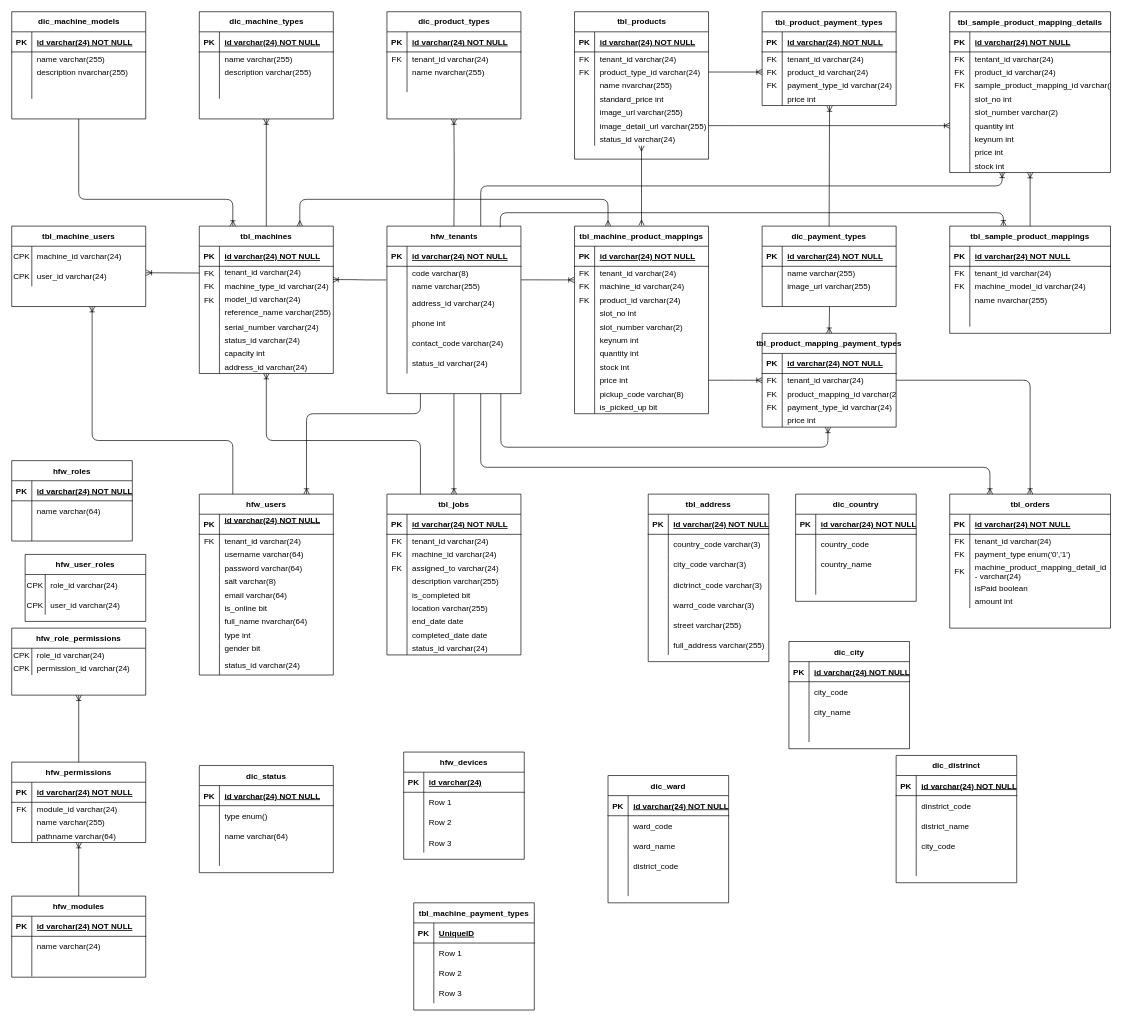
The draw.io diagram page "Overall" (1 of 6) of Untitled Diagram.drawio in wardus3105/alphatest, before the edit. Source tidied: cells renumbered, new cells numbered last; positions are measured from the earlier drawing's top-left corner, leaving out a move shared by most shapes. Both pictures are drawn from the tidied source at 67%, with x=0, y=0 at pixel (11, 11).
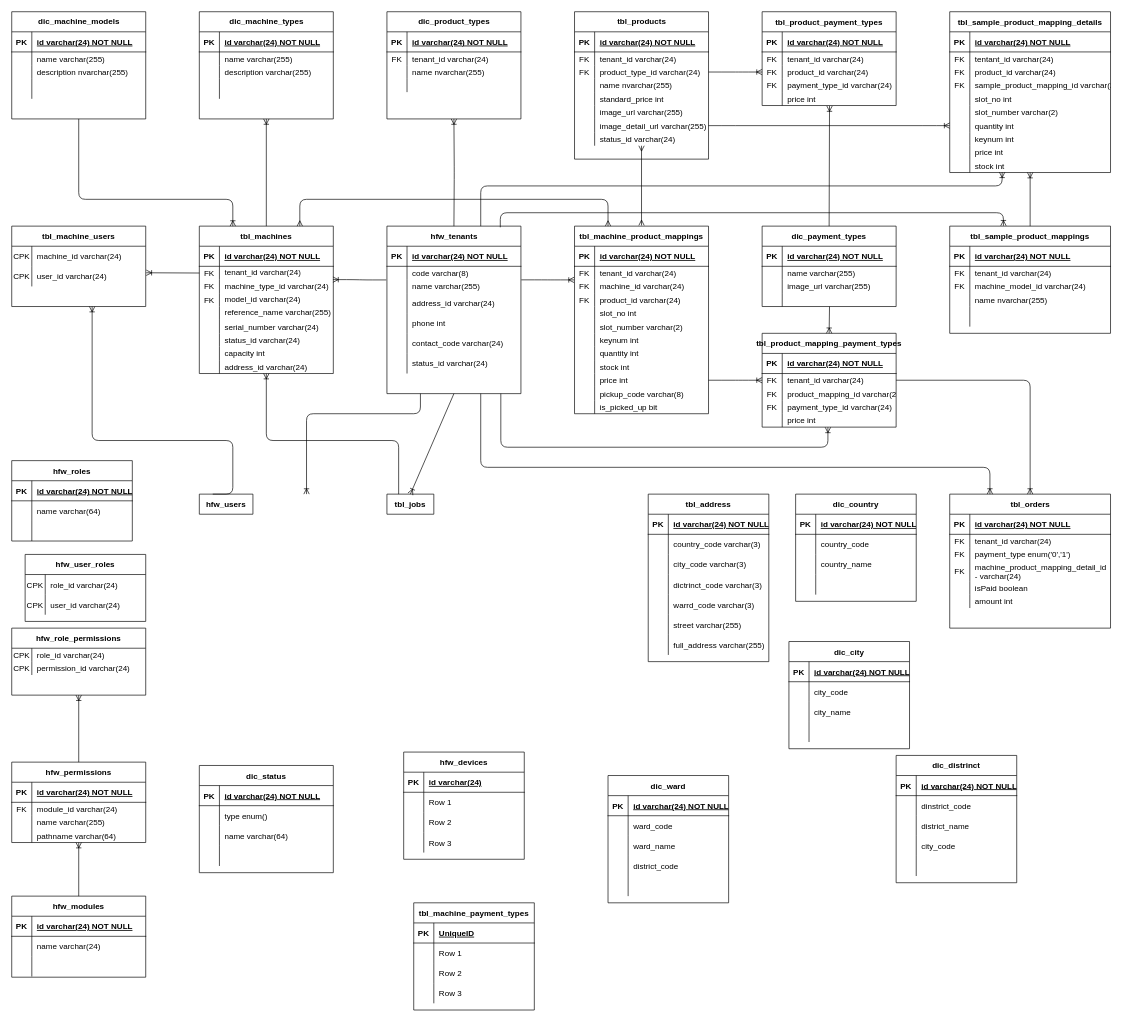
After the change.

What changed in the source:
```diff
@@
-    <mxCell id="231" value="hfw_users" style="shape=table;startSize=30;childLayout=tableLayout;rowLines=0;fontStyle=1;align=center;fillColor=none;" parent="1" vertex="1">
-      <mxGeometry x="280" y="720" width="200" height="270" as="geometry" />
+    <mxCell id="231" value="hfw_users" style="shape=table;startSize=30;childLayout=tableLayout;rowLines=0;fontStyle=1;align=center;fillColor=none;" parent="1" vertex="1" collapsed="1">
+      <mxGeometry x="280" y="720" width="80" height="30" as="geometry" />
     </mxCell>
-    <mxCell id="232" style="shape=partialRectangle;fillColor=none;top=0;left=0;bottom=1;right=0;" parent="231" vertex="1">
-      <mxGeometry y="30" width="200" height="30" as="geometry" />
-    </mxCell>
-    <mxCell id="233" value="PK" style="shape=partialRectangle;fillColor=none;top=0;left=0;bottom=0;right=0;fontStyle=1;overflow=hidden;" parent="232" vertex="1">
-      <mxGeometry width="30" height="30" as="geometry" />
-    </mxCell>
-    <mxCell id="234" value="id varchar(24) NOT NULL&#10;" style="shape=partialRectangle;fillColor=none;top=0;left=0;bottom=0;right=0;align=left;spacingLeft=6;fontStyle=5;overflow=hidden;" parent="232" vertex="1">
-      <mxGeometry x="30" width="170" height="30" as="geometry" />
-    </mxCell>
-    <mxCell id="235" style="shape=partialRectangle;fillColor=none;top=0;left=0;bottom=0;right=0;" parent="231" vertex="1">
-      <mxGeometry y="60" width="200" height="20" as="geometry" />
-    </mxCell>
-    <mxCell id="236" value="FK" style="shape=partialRectangle;fillColor=none;top=0;left=0;bottom=0;right=0;overflow=hidden;" parent="235" vertex="1">
-      <mxGeometry width="30" height="20" as="geometry" />
-    </mxCell>
-    <mxCell id="237" value="tenant_id varchar(24)" style="shape=partialRectangle;fillColor=none;top=0;left=0;bottom=0;right=0;align=left;spacingLeft=6;overflow=hidden;" parent="235" vertex="1">
-      <mxGeometry x="30" width="170" height="20" as="geometry" />
-    </mxCell>
-    <mxCell id="238" style="shape=partialRectangle;fillColor=none;top=0;left=0;bottom=0;right=0;" parent="231" vertex="1">
-      <mxGeometry y="80" width="200" height="20" as="geometry" />
-    </mxCell>
-    <mxCell id="239" style="shape=partialRectangle;fillColor=none;top=0;left=0;bottom=0;right=0;overflow=hidden;" parent="238" vertex="1">
-      <mxGeometry width="30" height="20" as="geometry" />
-    </mxCell>
-    <mxCell id="240" value="username varchar(64)" style="shape=partialRectangle;fillColor=none;top=0;left=0;bottom=0;right=0;align=left;spacingLeft=6;overflow=hidden;" parent="238" vertex="1">
-      <mxGeometry x="30" width="170" height="20" as="geometry" />
-    </mxCell>
-    <mxCell id="241" style="shape=partialRectangle;fillColor=none;top=0;left=0;bottom=0;right=0;" parent="231" vertex="1">
-      <mxGeometry y="100" width="200" height="20" as="geometry" />
-    </mxCell>
-    <mxCell id="242" style="shape=partialRectangle;fillColor=none;top=0;left=0;bottom=0;right=0;overflow=hidden;" parent="241" vertex="1">
-      <mxGeometry width="30" height="20" as="geometry" />
-    </mxCell>
-    <mxCell id="243" value="password varchar(64)" style="shape=partialRectangle;fillColor=none;top=0;left=0;bottom=0;right=0;align=left;spacingLeft=6;overflow=hidden;" parent="241" vertex="1">
-      <mxGeometry x="30" width="170" height="20" as="geometry" />
-    </mxCell>
-    <mxCell id="244" style="shape=partialRectangle;fillColor=none;top=0;left=0;bottom=0;right=0;" parent="231" vertex="1">
-      <mxGeometry y="120" width="200" height="20" as="geometry" />
-    </mxCell>
-    <mxCell id="245" style="shape=partialRectangle;fillColor=none;top=0;left=0;bottom=0;right=0;overflow=hidden;" parent="244" vertex="1">
-      <mxGeometry width="30" height="20" as="geometry" />
-    </mxCell>
-    <mxCell id="246" value="salt varchar(8)" style="shape=partialRectangle;fillColor=none;top=0;left=0;bottom=0;right=0;align=left;spacingLeft=6;overflow=hidden;" parent="244" vertex="1">
-      <mxGeometry x="30" width="170" height="20" as="geometry" />
-    </mxCell>
-    <mxCell id="247" style="shape=partialRectangle;fillColor=none;top=0;left=0;bottom=0;right=0;" parent="231" vertex="1">
-      <mxGeometry y="140" width="200" height="20" as="geometry" />
-    </mxCell>
-    <mxCell id="248" style="shape=partialRectangle;fillColor=none;top=0;left=0;bottom=0;right=0;overflow=hidden;" parent="247" vertex="1">
-      <mxGeometry width="30" height="20" as="geometry" />
-    </mxCell>
-    <mxCell id="249" value="email varchar(64)" style="shape=partialRectangle;fillColor=none;top=0;left=0;bottom=0;right=0;align=left;spacingLeft=6;overflow=hidden;" parent="247" vertex="1">
-      <mxGeometry x="30" width="170" height="20" as="geometry" />
-    </mxCell>
-    <mxCell id="250" style="shape=partialRectangle;fillColor=none;top=0;left=0;bottom=0;right=0;" parent="231" vertex="1">
-      <mxGeometry y="160" width="200" height="20" as="geometry" />
-    </mxCell>
-    <mxCell id="251" style="shape=partialRectangle;fillColor=none;top=0;left=0;bottom=0;right=0;overflow=hidden;" parent="250" vertex="1">
-      <mxGeometry width="30" height="20" as="geometry" />
-    </mxCell>
-    <mxCell id="252" value="is_online bit" style="shape=partialRectangle;fillColor=none;top=0;left=0;bottom=0;right=0;align=left;spacingLeft=6;overflow=hidden;" parent="250" vertex="1">
-      <mxGeometry x="30" width="170" height="20" as="geometry" />
-    </mxCell>
-    <mxCell id="253" style="shape=partialRectangle;fillColor=none;top=0;left=0;bottom=0;right=0;" parent="231" vertex="1">
-      <mxGeometry y="180" width="200" height="20" as="geometry" />
-    </mxCell>
-    <mxCell id="254" style="shape=partialRectangle;fillColor=none;top=0;left=0;bottom=0;right=0;overflow=hidden;" parent="253" vertex="1">
-      <mxGeometry width="30" height="20" as="geometry" />
-    </mxCell>
-    <mxCell id="255" value="full_name nvarchar(64)" style="shape=partialRectangle;fillColor=none;top=0;left=0;bottom=0;right=0;align=left;spacingLeft=6;overflow=hidden;" parent="253" vertex="1">
-      <mxGeometry x="30" width="170" height="20" as="geometry" />
-    </mxCell>
-    <mxCell id="256" style="shape=partialRectangle;fillColor=none;top=0;left=0;bottom=0;right=0;" parent="231" vertex="1">
-      <mxGeometry y="200" width="200" height="20" as="geometry" />
-    </mxCell>
-    <mxCell id="257" style="shape=partialRectangle;fillColor=none;top=0;left=0;bottom=0;right=0;overflow=hidden;" parent="256" vertex="1">
-      <mxGeometry width="30" height="20" as="geometry" />
-    </mxCell>
-    <mxCell id="258" value="type int" style="shape=partialRectangle;fillColor=none;top=0;left=0;bottom=0;right=0;align=left;spacingLeft=6;overflow=hidden;" parent="256" vertex="1">
-      <mxGeometry x="30" width="170" height="20" as="geometry" />
-    </mxCell>
-    <mxCell id="259" style="shape=partialRectangle;fillColor=none;top=0;left=0;bottom=0;right=0;" parent="231" vertex="1">
-      <mxGeometry y="220" width="200" height="20" as="geometry" />
-    </mxCell>
-    <mxCell id="260" style="shape=partialRectangle;fillColor=none;top=0;left=0;bottom=0;right=0;overflow=hidden;" parent="259" vertex="1">
-      <mxGeometry width="30" height="20" as="geometry" />
-    </mxCell>
-    <mxCell id="261" value="gender bit" style="shape=partialRectangle;fillColor=none;top=0;left=0;bottom=0;right=0;align=left;spacingLeft=6;overflow=hidden;" parent="259" vertex="1">
-      <mxGeometry x="30" width="170" height="20" as="geometry" />
-    </mxCell>
-    <mxCell id="262" style="shape=partialRectangle;fillColor=none;top=0;left=0;bottom=0;right=0;" parent="231" vertex="1">
-      <mxGeometry y="240" width="200" height="30" as="geometry" />
-    </mxCell>
-    <mxCell id="263" style="shape=partialRectangle;fillColor=none;top=0;left=0;bottom=0;right=0;overflow=hidden;" parent="262" vertex="1">
-      <mxGeometry width="30" height="30" as="geometry" />
-    </mxCell>
-    <mxCell id="264" value="status_id varchar(24)" style="shape=partialRectangle;fillColor=none;top=0;left=0;bottom=0;right=0;align=left;spacingLeft=6;overflow=hidden;" parent="262" vertex="1">
-      <mxGeometry x="30" width="170" height="30" as="geometry" />
-    </mxCell>
@@
-    <mxCell id="339" value="tbl_jobs" style="shape=table;startSize=30;childLayout=tableLayout;rowLines=0;fontStyle=1;align=center;" parent="1" vertex="1">
-      <mxGeometry x="560" y="720" width="200" height="240" as="geometry" />
+    <mxCell id="339" value="tbl_jobs" style="shape=table;startSize=30;childLayout=tableLayout;rowLines=0;fontStyle=1;align=center;" parent="1" vertex="1" collapsed="1">
+      <mxGeometry x="560" y="720" width="70" height="30" as="geometry" />
     </mxCell>
-    <mxCell id="340" style="shape=partialRectangle;fillColor=none;top=0;left=0;bottom=1;right=0;" parent="339" vertex="1">
-      <mxGeometry y="30" width="200" height="30" as="geometry" />
-    </mxCell>
-    <mxCell id="341" value="PK" style="shape=partialRectangle;fillColor=none;top=0;left=0;bottom=0;right=0;fontStyle=1;overflow=hidden;" parent="340" vertex="1">
-      <mxGeometry width="30" height="30" as="geometry" />
-    </mxCell>
-    <mxCell id="342" value="id varchar(24) NOT NULL" style="shape=partialRectangle;fillColor=none;top=0;left=0;bottom=0;right=0;align=left;spacingLeft=6;fontStyle=5;overflow=hidden;" parent="340" vertex="1">
-      <mxGeometry x="30" width="170" height="30" as="geometry" />
-    </mxCell>
-    <mxCell id="343" style="shape=partialRectangle;fillColor=none;top=0;left=0;bottom=0;right=0;" parent="339" vertex="1">
-      <mxGeometry y="60" width="200" height="20" as="geometry" />
-    </mxCell>
-    <mxCell id="344" value="FK" style="shape=partialRectangle;fillColor=none;top=0;left=0;bottom=0;right=0;overflow=hidden;" parent="343" vertex="1">
-      <mxGeometry width="30" height="20" as="geometry" />
-    </mxCell>
-    <mxCell id="345" value="tenant_id varchar(24)" style="shape=partialRectangle;fillColor=none;top=0;left=0;bottom=0;right=0;align=left;spacingLeft=6;overflow=hidden;" parent="343" vertex="1">
-      <mxGeometry x="30" width="170" height="20" as="geometry" />
-    </mxCell>
-    <mxCell id="346" style="shape=partialRectangle;fillColor=none;top=0;left=0;bottom=0;right=0;" parent="339" vertex="1">
-      <mxGeometry y="80" width="200" height="20" as="geometry" />
-    </mxCell>
-    <mxCell id="347" value="FK" style="shape=partialRectangle;fillColor=none;top=0;left=0;bottom=0;right=0;overflow=hidden;" parent="346" vertex="1">
-      <mxGeometry width="30" height="20" as="geometry" />
-    </mxCell>
-    <mxCell id="348" value="machine_id varchar(24)" style="shape=partialRectangle;fillColor=none;top=0;left=0;bottom=0;right=0;align=left;spacingLeft=6;overflow=hidden;" parent="346" vertex="1">
-      <mxGeometry x="30" width="170" height="20" as="geometry" />
-    </mxCell>
-    <mxCell id="349" style="shape=partialRectangle;fillColor=none;top=0;left=0;bottom=0;right=0;" parent="339" vertex="1">
-      <mxGeometry y="100" width="200" height="20" as="geometry" />
-    </mxCell>
-    <mxCell id="350" value="FK" style="shape=partialRectangle;fillColor=none;top=0;left=0;bottom=0;right=0;overflow=hidden;" parent="349" vertex="1">
-      <mxGeometry width="30" height="20" as="geometry" />
-    </mxCell>
-    <mxCell id="351" value="assigned_to varchar(24)" style="shape=partialRectangle;fillColor=none;top=0;left=0;bottom=0;right=0;align=left;spacingLeft=6;overflow=hidden;" parent="349" vertex="1">
-      <mxGeometry x="30" width="170" height="20" as="geometry" />
-    </mxCell>
-    <mxCell id="352" style="shape=partialRectangle;fillColor=none;top=0;left=0;bottom=0;right=0;" parent="339" vertex="1">
-      <mxGeometry y="120" width="200" height="20" as="geometry" />
-    </mxCell>
-    <mxCell id="353" style="shape=partialRectangle;fillColor=none;top=0;left=0;bottom=0;right=0;overflow=hidden;" parent="352" vertex="1">
-      <mxGeometry width="30" height="20" as="geometry" />
-    </mxCell>
-    <mxCell id="354" value="description varchar(255)" style="shape=partialRectangle;fillColor=none;top=0;left=0;bottom=0;right=0;align=left;spacingLeft=6;overflow=hidden;" parent="352" vertex="1">
-      <mxGeometry x="30" width="170" height="20" as="geometry" />
-    </mxCell>
-    <mxCell id="355" style="shape=partialRectangle;fillColor=none;top=0;left=0;bottom=0;right=0;" parent="339" vertex="1">
-      <mxGeometry y="140" width="200" height="20" as="geometry" />
-    </mxCell>
-    <mxCell id="356" style="shape=partialRectangle;fillColor=none;top=0;left=0;bottom=0;right=0;overflow=hidden;" parent="355" vertex="1">
-      <mxGeometry width="30" height="20" as="geometry" />
-    </mxCell>
-    <mxCell id="357" value="is_completed bit" style="shape=partialRectangle;fillColor=none;top=0;left=0;bottom=0;right=0;align=left;spacingLeft=6;overflow=hidden;" parent="355" vertex="1">
-      <mxGeometry x="30" width="170" height="20" as="geometry" />
-    </mxCell>
-    <mxCell id="358" style="shape=partialRectangle;fillColor=none;top=0;left=0;bottom=0;right=0;" parent="339" vertex="1">
-      <mxGeometry y="160" width="200" height="20" as="geometry" />
-    </mxCell>
-    <mxCell id="359" style="shape=partialRectangle;fillColor=none;top=0;left=0;bottom=0;right=0;overflow=hidden;" parent="358" vertex="1">
-      <mxGeometry width="30" height="20" as="geometry" />
-    </mxCell>
-    <mxCell id="360" value="location varchar(255)" style="shape=partialRectangle;fillColor=none;top=0;left=0;bottom=0;right=0;align=left;spacingLeft=6;overflow=hidden;" parent="358" vertex="1">
-      <mxGeometry x="30" width="170" height="20" as="geometry" />
-    </mxCell>
-    <mxCell id="361" style="shape=partialRectangle;fillColor=none;top=0;left=0;bottom=0;right=0;" parent="339" vertex="1">
-      <mxGeometry y="180" width="200" height="20" as="geometry" />
-    </mxCell>
-    <mxCell id="362" style="shape=partialRectangle;fillColor=none;top=0;left=0;bottom=0;right=0;overflow=hidden;" parent="361" vertex="1">
-      <mxGeometry width="30" height="20" as="geometry" />
-    </mxCell>
-    <mxCell id="363" value="end_date date" style="shape=partialRectangle;fillColor=none;top=0;left=0;bottom=0;right=0;align=left;spacingLeft=6;overflow=hidden;" parent="361" vertex="1">
-      <mxGeometry x="30" width="170" height="20" as="geometry" />
-    </mxCell>
-    <mxCell id="364" style="shape=partialRectangle;fillColor=none;top=0;left=0;bottom=0;right=0;" parent="339" vertex="1">
-      <mxGeometry y="200" width="200" height="20" as="geometry" />
-    </mxCell>
-    <mxCell id="365" style="shape=partialRectangle;fillColor=none;top=0;left=0;bottom=0;right=0;overflow=hidden;" parent="364" vertex="1">
-      <mxGeometry width="30" height="20" as="geometry" />
-    </mxCell>
-    <mxCell id="366" value="completed_date date" style="shape=partialRectangle;fillColor=none;top=0;left=0;bottom=0;right=0;align=left;spacingLeft=6;overflow=hidden;" parent="364" vertex="1">
-      <mxGeometry x="30" width="170" height="20" as="geometry" />
-    </mxCell>
-    <mxCell id="367" style="shape=partialRectangle;fillColor=none;top=0;left=0;bottom=0;right=0;" parent="339" vertex="1">
-      <mxGeometry y="220" width="200" height="20" as="geometry" />
-    </mxCell>
-    <mxCell id="368" style="shape=partialRectangle;fillColor=none;top=0;left=0;bottom=0;right=0;overflow=hidden;" parent="367" vertex="1">
-      <mxGeometry width="30" height="20" as="geometry" />
-    </mxCell>
-    <mxCell id="369" value="status_id varchar(24)" style="shape=partialRectangle;fillColor=none;top=0;left=0;bottom=0;right=0;align=left;spacingLeft=6;overflow=hidden;" parent="367" vertex="1">
-      <mxGeometry x="30" width="170" height="20" as="geometry" />
-    </mxCell>
```
